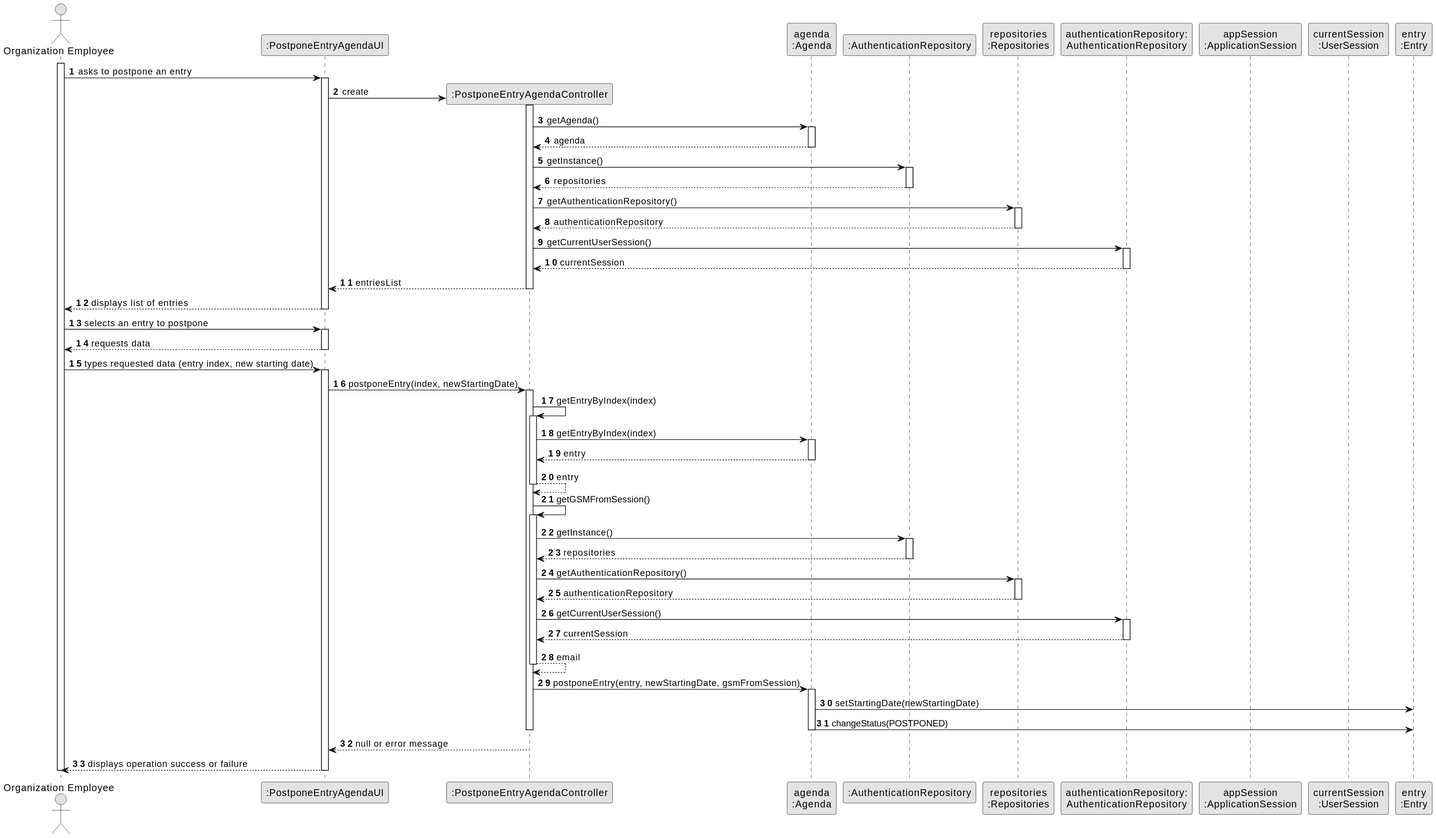
Before: docs/sprintA&B&C/us024/03.design/svg/us024-sequence-diagram-full.svg, a diagram exported from PlantUML (daniel41silva05/ISEP_2023_2024_LAPR2).
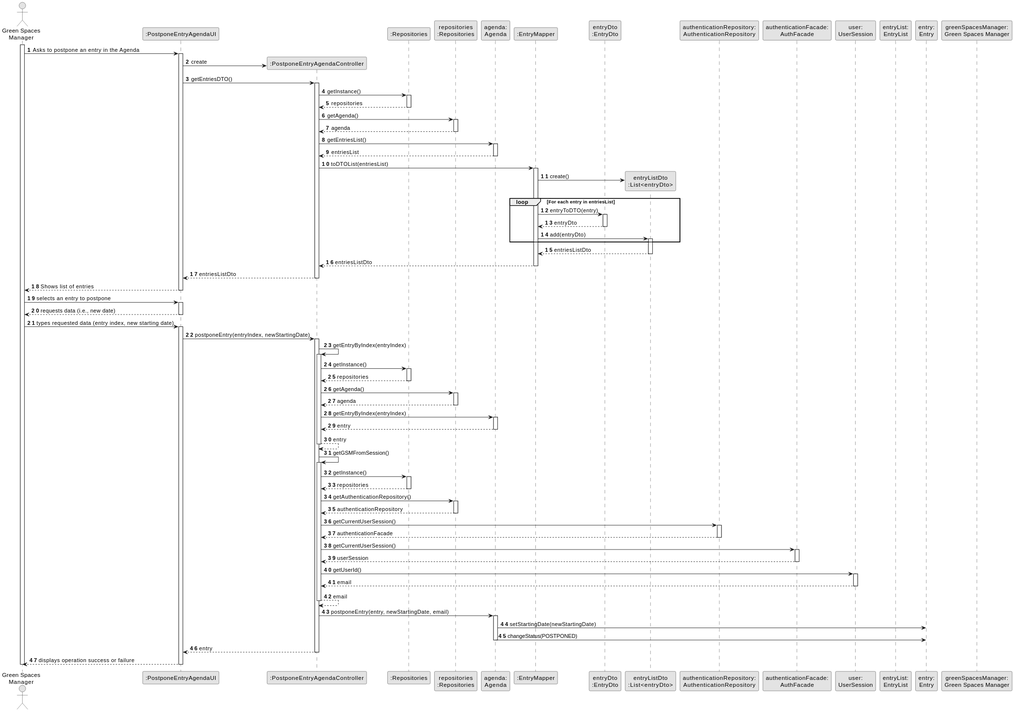
After the commit.

Commit message:
US24 Sequence Diagram Correction

Diff of the diagram source:
```diff
@@ -1,124 +1,168 @@
 @startuml
-    skinparam monochrome true
-    skinparam packageStyle rectangle
-    skinparam shadowing false
+skinparam monochrome true
+skinparam packageStyle rectangle
+skinparam shadowing false
 
-    autonumber
+autonumber
 
-    actor "Organization Employee" as ADM
-    participant ":PostponeEntryAgendaUI" as UI
-    participant ":PostponeEntryAgendaController" as CTRL
-    participant "agenda\n:Agenda" as AGENDA
-    participant ":AuthenticationRepository" as RepositorySingleton
-    participant "repositories\n:Repositories" as PLAT
-    participant "authenticationRepository:\nAuthenticationRepository" as AuthenticationRepository
-    participant "appSession\n:ApplicationSession" as APP
-    participant "currentSession\n:UserSession" as SESSAO
-    participant "entry\n:Entry" as ENTRADA
+actor "Green Spaces\nManager" as GSM
+participant ":PostponeEntryAgendaUI" as UI
+participant ":PostponeEntryAgendaController" as CTRL
+participant ":Repositories" as REP
+participant "repositories\n:Repositories" as REPS
+participant "agenda:\nAgenda" as AGENDA
+participant ":EntryMapper" as entryMAPPER
+participant "entryDto\n:EntryDto" as entryDTO
+participant "entryListDto\n:List<entryDto>" as entryListDTO
+participant "authenticationRepository:\nAuthenticationRepository" as authentication
+participant "authenticationFacade:\nAuthFacade" as authFacade
+participant "user:\nUserSession" as user
+participant "entryList:\nEntryList" as entryList
+participant "entry:\nEntry" as ENTRY
+participant "greenSpacesManager:\nGreen Spaces Manager" as USER
 
-    activate ADM
+activate GSM
 
-        ADM -> UI : asks to postpone an entry
+    GSM -> UI : Asks to postpone an entry in the Agenda
+    activate UI
 
-        activate UI
+        UI -> CTRL** : create
 
-            UI -> CTRL** : create
+        UI -> CTRL : getEntriesDTO()
+        activate CTRL
+
+            CTRL -> REP : getInstance()
+            activate REP
+
+            REP --> CTRL: repositories
+            deactivate REP
+
+            CTRL -> REPS : getAgenda()
+            activate REPS
+
+            REPS --> CTRL: agenda
+            deactivate REPS
+
+            CTRL -> AGENDA: getEntriesList()
+            activate AGENDA
+
+            AGENDA --> CTRL : entriesList
+            deactivate AGENDA
+
+            CTRL -> entryMAPPER: toDTOList(entriesList)
+            activate entryMAPPER
+
+                entryMAPPER -> entryListDTO** : create()
+
+                loop For each entry in entriesList
+
+                entryMAPPER -> entryDTO: entryToDTO(entry)
+                activate entryDTO
+
+                entryDTO --> entryMAPPER: entryDto
+                deactivate entryDTO
+
+                entryMAPPER -> entryListDTO: add(entryDto)
+                activate entryListDTO
+
+                end
+
+                entryListDTO --> entryMAPPER: entriesListDto
+                deactivate entryListDTO
+
+            entryMAPPER --> CTRL : entriesListDto
+            deactivate entryMAPPER
+
+        CTRL --> UI : entriesListDto
+        deactivate CTRL
+
+    UI --> GSM : Shows list of entries
+    deactivate UI
+
+    GSM -> UI : selects an entry to postpone
+    activate UI
+
+    UI --> GSM : requests data (i.e., new date)
+    deactivate UI
+
+    GSM -> UI : types requested data (entry index, new starting date)
+    activate UI
+
+        UI -> CTRL: postponeEntry(entryIndex, newStartingDate)
+        activate CTRL
+
+            CTRL -> CTRL: getEntryByIndex(entryIndex)
             activate CTRL
 
-                CTRL -> AGENDA : getAgenda()
-                activate AGENDA
+            CTRL -> REP: getInstance()
+            activate REP
 
-                    AGENDA --> CTRL: agenda
-                deactivate AGENDA
+            REP --> CTRL: repositories
+            deactivate REP
 
-                CTRL -> RepositorySingleton : getInstance()
-                activate RepositorySingleton
+            CTRL -> REPS: getAgenda()
+            activate REPS
 
-                    RepositorySingleton --> CTRL: repositories
-                deactivate RepositorySingleton
+            REPS --> CTRL: agenda
+            deactivate REPS
 
-                CTRL -> PLAT : getAuthenticationRepository()
-                activate PLAT
+            CTRL -> AGENDA: getEntryByIndex(entryIndex)
+            activate AGENDA
 
-                    PLAT --> CTRL: authenticationRepository
-                deactivate PLAT
+            AGENDA --> CTRL: entry
+            deactivate AGENDA
 
-                CTRL -> AuthenticationRepository : getCurrentUserSession()
-                activate AuthenticationRepository
-
-                    AuthenticationRepository --> CTRL: currentSession
-                deactivate AuthenticationRepository
-
-                CTRL --> UI : entriesList
+            CTRL --> CTRL: entry
             deactivate CTRL
 
-            UI --> ADM : displays list of entries
-
-        deactivate UI
-
-        ADM -> UI : selects an entry to postpone
-        activate UI
-
-            UI --> ADM : requests data
-        deactivate UI
-
-        ADM -> UI : types requested data (entry index, new starting date)
-        activate UI
-
-            UI -> CTRL : postponeEntry(index, newStartingDate)
+            CTRL -> CTRL: getGSMFromSession()
             activate CTRL
 
-                CTRL -> CTRL : getEntryByIndex(index)
-                activate CTRL
+            CTRL -> REP: getInstance()
+            activate REP
 
-                    CTRL -> AGENDA : getEntryByIndex(index)
-                    activate AGENDA
+            REP --> CTRL: repositories
+            deactivate REP
 
-                        AGENDA --> CTRL: entry
-                    deactivate AGENDA
+            CTRL -> REPS: getAuthenticationRepository()
+            activate REPS
 
-                    CTRL --> CTRL : entry
-                deactivate CTRL
+            REPS --> CTRL: authenticationRepository
+            deactivate REPS
 
-                CTRL -> CTRL : getGSMFromSession()
-                activate CTRL
+            CTRL -> authentication: getCurrentUserSession()
+            activate authentication
 
-                    CTRL -> RepositorySingleton : getInstance()
-                    activate RepositorySingleton
+            authentication --> CTRL: authenticationFacade
+            deactivate authentication
 
-                        RepositorySingleton --> CTRL: repositories
-                    deactivate RepositorySingleton
+            CTRL -> authFacade: getCurrentUserSession()
+            activate authFacade
 
-                    CTRL -> PLAT : getAuthenticationRepository()
-                    activate PLAT
+            authFacade --> CTRL: userSession
+            deactivate authFacade
 
-                        PLAT --> CTRL: authenticationRepository
-                    deactivate PLAT
+            CTRL -> user: getUserId()
+            activate user
 
-                    CTRL -> AuthenticationRepository : getCurrentUserSession()
-                    activate AuthenticationRepository
+            user --> CTRL: email
+            deactivate user
 
-                        AuthenticationRepository --> CTRL: currentSession
-                    deactivate AuthenticationRepository
-
-                    CTRL --> CTRL : email
-                deactivate CTRL
-
-                CTRL -> AGENDA : postponeEntry(entry, newStartingDate, gsmFromSession)
-                activate AGENDA
-
-                    AGENDA -> ENTRADA : setStartingDate(newStartingDate)
-                    AGENDA -> ENTRADA : changeStatus(POSTPONED)
-                deactivate AGENDA
-
+            CTRL --> CTRL: email
             deactivate CTRL
 
-            CTRL --> UI : null or error message
-            deactivate CTRL
+            CTRL -> AGENDA: postponeEntry(entry, newStartingDate, email)
+            activate AGENDA
 
-            UI --> ADM : displays operation success or failure
-        deactivate UI
+                AGENDA -> ENTRY : setStartingDate(newStartingDate)
+                AGENDA -> ENTRY : changeStatus(POSTPONED)
+            deactivate AGENDA
 
-    deactivate ADM
+        CTRL --> UI: entry
+        deactivate CTRL
 
-    @enduml
+    UI --> GSM: displays operation success or failure
+    deactivate UI
+
+deactivate GSM
+@enduml
```
